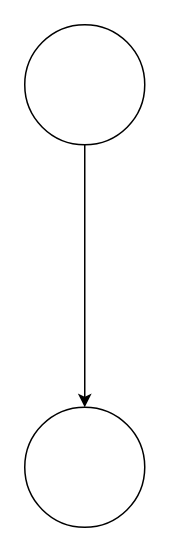
Before: NetworkDiagram.drawio in YosefGuevara012/High-Speed-Networks---IST, a draw.io diagram. Source tidied: cells renumbered, new cells numbered last; positions are measured from the earlier drawing's top-left corner, leaving out a move shared by most shapes. Both pictures are drawn from the tidied source at 150%, with x=0, y=0 at pixel (24, 24).
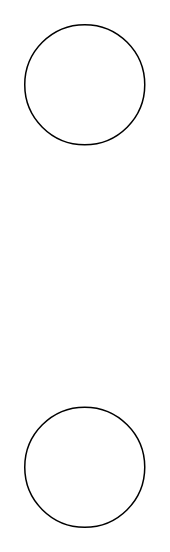
After the change.

What changed in the source:
```diff
@@
 <mxGraphModel>
   <root>
     <mxCell id="0" />
     <mxCell id="1" parent="0" />
-    <mxCell id="2" style="edgeStyle=orthogonalEdgeStyle;rounded=0;jettySize=auto;html=1;exitX=0.5;exitY=1;exitDx=0;exitDy=0;" parent="1" edge="1" source="3" target="4">
-      <mxGeometry relative="1" as="geometry" />
-    </mxCell>
     <mxCell id="3" style="ellipse;whiteSpace=wrap;html=1;fontSize=16;" parent="1" vertex="1">
       <mxGeometry width="80" height="80" as="geometry" />
     </mxCell>
     <mxCell id="4" style="ellipse;whiteSpace=wrap;html=1;" parent="1" vertex="1">
       <mxGeometry y="255" width="80" height="80" as="geometry" />
     </mxCell>
   </root>
 </mxGraphModel>
```
